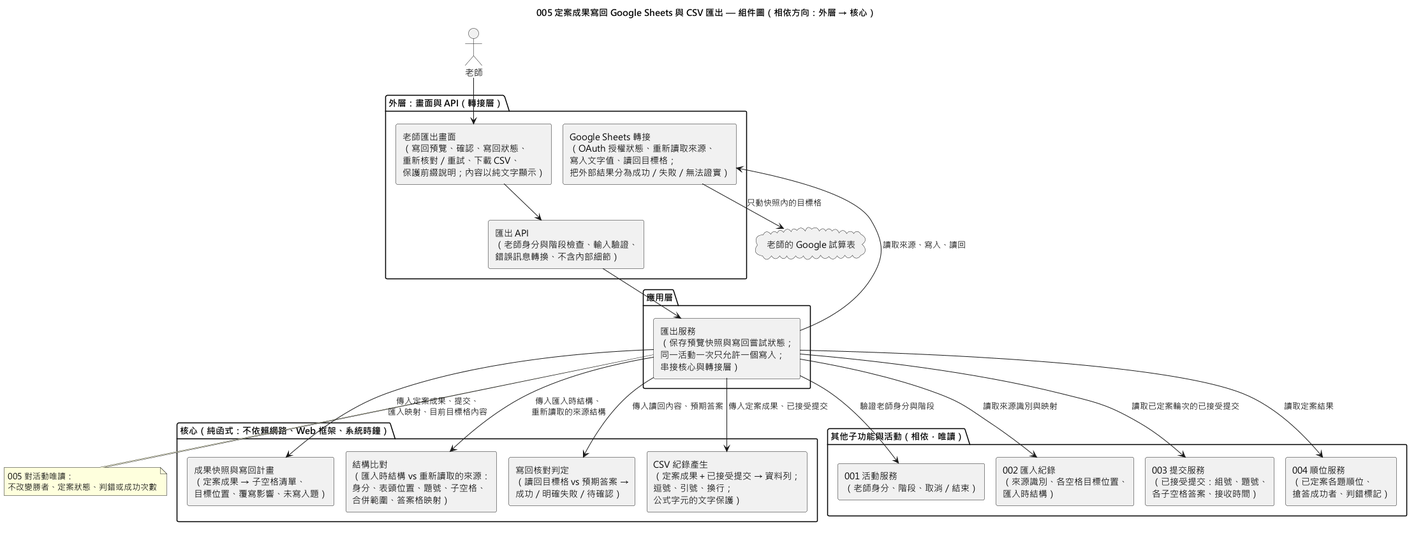
Before: diagrams/005-result-export-component.png, a diagram exported from PlantUML (EricC430/lecture-answer-first_group16_speckit). Its diagram source:
```plantuml
@startuml 005-result-export-component
!pragma layout smetana
skinparam defaultFontName "Microsoft JhengHei"
skinparam componentStyle rectangle
title 005 定案成果寫回 Google Sheets 與 CSV 匯出 — 組件圖（相依方向：外層 → 核心）

actor "老師" as Teacher

package "外層：畫面與 API（轉接層）" {
  [老師匯出畫面\n（寫回預覽、確認、寫回狀態、\n重新核對／重試、下載 CSV、\n保護前綴說明；內容以純文字顯示）] as UI
  [匯出 API\n（老師身分與階段檢查、輸入驗證、\n錯誤訊息轉換、不含內部細節）] as Api
  [Google Sheets 轉接\n（OAuth 授權狀態、重新讀取來源、\n寫入文字值、讀回目標格；\n把外部結果分為成功／失敗／無法證實）] as Sheets
}

package "應用層" {
  [匯出服務\n（保存預覽快照與寫回嘗試狀態；\n同一活動一次只允許一個寫入；\n串接核心與轉接層）] as Service
}

package "核心（純函式：不依賴網路、Web 框架、系統時鐘）" {
  [成果快照與寫回計畫\n（定案成果 → 子空格清單、\n目標位置、覆寫影響、未寫入題）] as Plan
  [結構比對\n（匯入時結構 vs 重新讀取的來源：\n身分、表頭位置、題號、子空格、\n合併範圍、答案格映射）] as Check
  [寫回核對判定\n（讀回目標格 vs 預期答案 →\n成功／明確失敗／待確認）] as Reconcile
  [CSV 紀錄產生\n（定案成果＋已接受提交 → 資料列；\n逗號、引號、換行；\n公式字元的文字保護）] as Csv
}

package "其他子功能與活動（相依，唯讀）" {
  [001 活動服務\n（老師身分、階段、取消／結束）] as Activity
  [002 匯入紀錄\n（來源識別、各空格目標位置、\n匯入時結構）] as Import
  [003 提交服務\n（已接受提交：組號、題號、\n各子空格答案、接收時間）] as Submit
  [004 順位服務\n（已定案各題順位、\n搶答成功者、判錯標記）] as Ranking
}

cloud "老師的 Google 試算表" as Sheet

Teacher --> UI
UI --> Api
Api --> Service
Service --> Plan : 傳入定案成果、提交、\n匯入映射、目前目標格內容
Service --> Check : 傳入匯入時結構、\n重新讀取的來源結構
Service --> Reconcile : 傳入讀回內容、預期答案
Service --> Csv : 傳入定案成果、已接受提交
Service --> Sheets : 讀取來源、寫入、讀回
Sheets --> Sheet : 只動快照內的目標格
Service --> Activity : 驗證老師身分與階段
Service --> Import : 讀取來源識別與映射
Service --> Submit : 讀取已定案輪次的已接受提交
Service --> Ranking : 讀取定案結果
note bottom of Service
  005 對活動唯讀：
  不改變勝者、定案狀態、判錯或成功次數
end note
@enduml
```
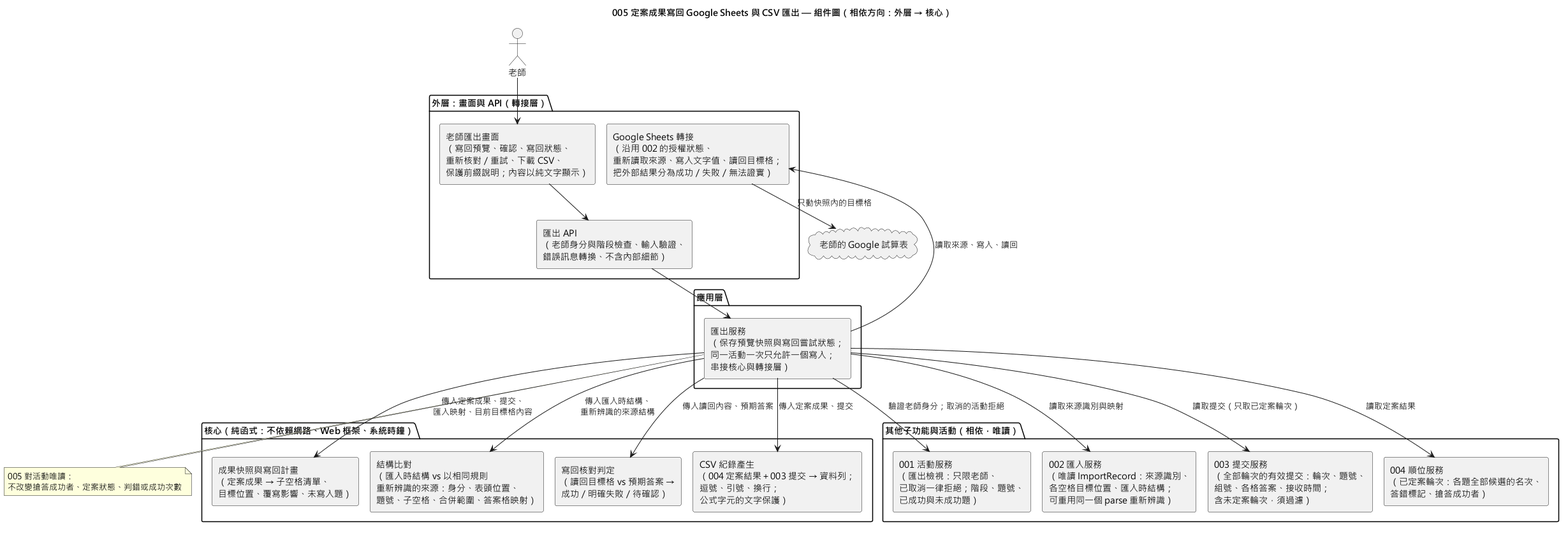
The same diagram one commit later.

Diff of the diagram source:
```diff
@@ -9,7 +9,7 @@
 package "外層：畫面與 API（轉接層）" {
   [老師匯出畫面\n（寫回預覽、確認、寫回狀態、\n重新核對／重試、下載 CSV、\n保護前綴說明；內容以純文字顯示）] as UI
   [匯出 API\n（老師身分與階段檢查、輸入驗證、\n錯誤訊息轉換、不含內部細節）] as Api
-  [Google Sheets 轉接\n（OAuth 授權狀態、重新讀取來源、\n寫入文字值、讀回目標格；\n把外部結果分為成功／失敗／無法證實）] as Sheets
+  [Google Sheets 轉接\n（沿用 002 的授權狀態、\n重新讀取來源、寫入文字值、讀回目標格；\n把外部結果分為成功／失敗／無法證實）] as Sheets
 }
 
 package "應用層" {
@@ -18,16 +18,16 @@
 
 package "核心（純函式：不依賴網路、Web 框架、系統時鐘）" {
   [成果快照與寫回計畫\n（定案成果 → 子空格清單、\n目標位置、覆寫影響、未寫入題）] as Plan
-  [結構比對\n（匯入時結構 vs 重新讀取的來源：\n身分、表頭位置、題號、子空格、\n合併範圍、答案格映射）] as Check
+  [結構比對\n（匯入時結構 vs 以相同規則\n重新辨識的來源：身分、表頭位置、\n題號、子空格、合併範圍、答案格映射）] as Check
   [寫回核對判定\n（讀回目標格 vs 預期答案 →\n成功／明確失敗／待確認）] as Reconcile
-  [CSV 紀錄產生\n（定案成果＋已接受提交 → 資料列；\n逗號、引號、換行；\n公式字元的文字保護）] as Csv
+  [CSV 紀錄產生\n（004 定案結果＋003 提交 → 資料列；\n逗號、引號、換行；\n公式字元的文字保護）] as Csv
 }
 
 package "其他子功能與活動（相依，唯讀）" {
-  [001 活動服務\n（老師身分、階段、取消／結束）] as Activity
-  [002 匯入紀錄\n（來源識別、各空格目標位置、\n匯入時結構）] as Import
-  [003 提交服務\n（已接受提交：組號、題號、\n各子空格答案、接收時間）] as Submit
-  [004 順位服務\n（已定案各題順位、\n搶答成功者、判錯標記）] as Ranking
+  [001 活動服務\n（匯出檢視：只限老師、\n已取消一律拒絕；階段、題號、\n已成功與未成功題）] as Activity
+  [002 匯入服務\n（唯讀 ImportRecord：來源識別、\n各空格目標位置、匯入時結構；\n可重用同一個 parse 重新辨識）] as Import
+  [003 提交服務\n（全部輪次的有效提交：輪次、題號、\n組號、各格答案、接收時間；\n含未定案輪次，須過濾）] as Submit
+  [004 順位服務\n（已定案輪次：各題全部候選的名次、\n答錯標記、搶答成功者）] as Ranking
 }
 
 cloud "老師的 Google 試算表" as Sheet
@@ -36,17 +36,17 @@
 UI --> Api
 Api --> Service
 Service --> Plan : 傳入定案成果、提交、\n匯入映射、目前目標格內容
-Service --> Check : 傳入匯入時結構、\n重新讀取的來源結構
+Service --> Check : 傳入匯入時結構、\n重新辨識的來源結構
 Service --> Reconcile : 傳入讀回內容、預期答案
-Service --> Csv : 傳入定案成果、已接受提交
+Service --> Csv : 傳入定案成果、提交
 Service --> Sheets : 讀取來源、寫入、讀回
 Sheets --> Sheet : 只動快照內的目標格
-Service --> Activity : 驗證老師身分與階段
+Service --> Activity : 驗證老師身分；取消的活動拒絕
 Service --> Import : 讀取來源識別與映射
-Service --> Submit : 讀取已定案輪次的已接受提交
+Service --> Submit : 讀取提交（只取已定案輪次）
 Service --> Ranking : 讀取定案結果
 note bottom of Service
   005 對活動唯讀：
-  不改變勝者、定案狀態、判錯或成功次數
+  不改變搶答成功者、定案狀態、判錯或成功次數
 end note
 @enduml
```
